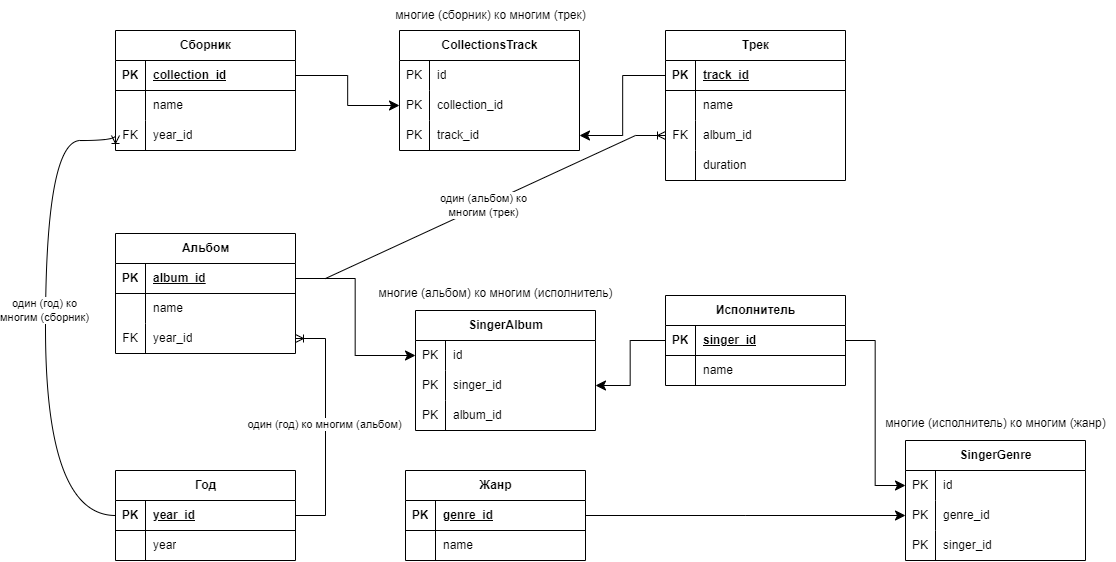
Earlier version of the draw.io export База.drawio.png (bag2000/netology-students). Source tidied: cells renumbered, new cells last; positions are measured from the earlier drawing's top-left corner, leaving out a move shared by most shapes.
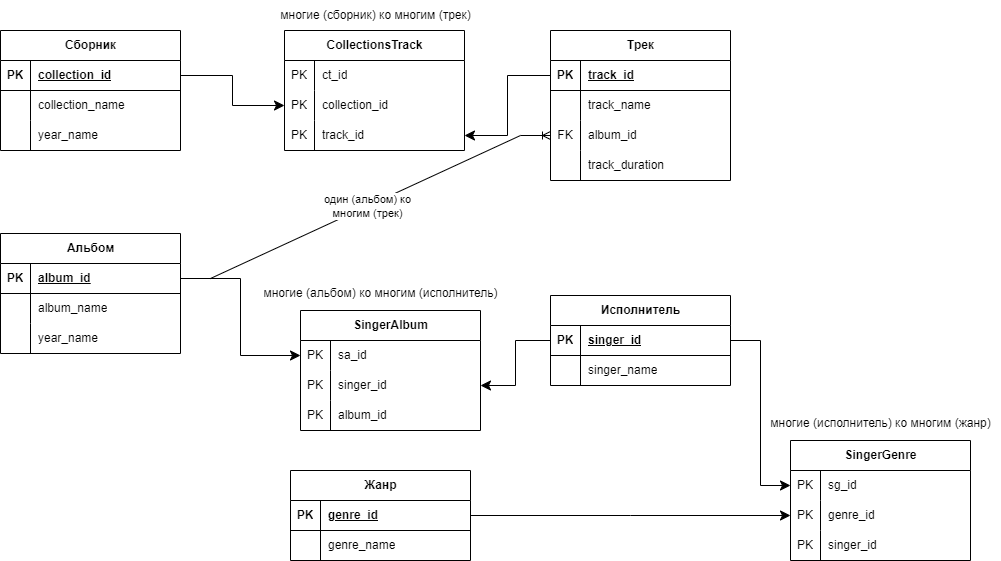
Later version of the same file.

Commit message:
Удалена таблица year. Изменена схема бд

What changed in the source:
```diff
@@ -20,7 +20,7 @@
     <mxCell id="7" style="shape=partialRectangle;fillColor=none;top=0;left=0;bottom=0;right=0;overflow=hidden;whiteSpace=wrap;html=1;" parent="6" vertex="1">
       <mxGeometry width="30" height="30" as="geometry" />
     </mxCell>
-    <mxCell id="8" value="name" style="shape=partialRectangle;fillColor=none;top=0;left=0;bottom=0;right=0;align=left;spacingLeft=6;overflow=hidden;whiteSpace=wrap;html=1;" parent="6" vertex="1">
+    <mxCell id="8" value="track_name" style="shape=partialRectangle;fillColor=none;top=0;left=0;bottom=0;right=0;align=left;spacingLeft=6;overflow=hidden;whiteSpace=wrap;html=1;" parent="6" vertex="1">
       <mxGeometry x="30" width="150" height="30" as="geometry" />
     </mxCell>
     <mxCell id="9" style="shape=tableRow;horizontal=0;startSize=0;swimlaneHead=0;swimlaneBody=0;fillColor=none;points=[[0,0.5],[1,0.5]];portConstraint=eastwest;top=0;left=0;right=0;bottom=0;" parent="2" vertex="1">
@@ -38,7 +38,7 @@
     <mxCell id="13" style="shape=partialRectangle;fillColor=none;top=0;left=0;bottom=0;right=0;overflow=hidden;whiteSpace=wrap;html=1;" parent="12" vertex="1">
       <mxGeometry width="30" height="30" as="geometry" />
     </mxCell>
-    <mxCell id="14" value="duration" style="shape=partialRectangle;fillColor=none;top=0;left=0;bottom=0;right=0;align=left;spacingLeft=6;overflow=hidden;whiteSpace=wrap;html=1;" parent="12" vertex="1">
+    <mxCell id="14" value="track_duration" style="shape=partialRectangle;fillColor=none;top=0;left=0;bottom=0;right=0;align=left;spacingLeft=6;overflow=hidden;whiteSpace=wrap;html=1;" parent="12" vertex="1">
       <mxGeometry x="30" width="150" height="30" as="geometry" />
     </mxCell>
     <mxCell id="15" value="Альбом" style="shape=table;startSize=30;rowLines=0;fontStyle=1;align=center;html=1;" parent="1" vertex="1">
@@ -59,16 +59,16 @@
     <mxCell id="20" style="shape=partialRectangle;fillColor=none;top=0;left=0;bottom=0;right=0;overflow=hidden;whiteSpace=wrap;html=1;" parent="19" vertex="1">
       <mxGeometry width="30" height="30" as="geometry" />
     </mxCell>
-    <mxCell id="21" value="name" style="shape=partialRectangle;fillColor=none;top=0;left=0;bottom=0;right=0;align=left;spacingLeft=6;overflow=hidden;whiteSpace=wrap;html=1;" parent="19" vertex="1">
+    <mxCell id="21" value="album_name" style="shape=partialRectangle;fillColor=none;top=0;left=0;bottom=0;right=0;align=left;spacingLeft=6;overflow=hidden;whiteSpace=wrap;html=1;" parent="19" vertex="1">
       <mxGeometry x="30" width="150" height="30" as="geometry" />
     </mxCell>
     <mxCell id="22" style="shape=tableRow;horizontal=0;startSize=0;swimlaneHead=0;swimlaneBody=0;fillColor=none;points=[[0,0.5],[1,0.5]];portConstraint=eastwest;top=0;left=0;right=0;bottom=0;" parent="15" vertex="1">
       <mxGeometry y="90" width="180" height="30" as="geometry" />
     </mxCell>
-    <mxCell id="23" value="FK" style="shape=partialRectangle;fillColor=none;top=0;left=0;bottom=0;right=0;overflow=hidden;whiteSpace=wrap;html=1;" parent="22" vertex="1">
+    <mxCell id="23" style="shape=partialRectangle;fillColor=none;top=0;left=0;bottom=0;right=0;overflow=hidden;whiteSpace=wrap;html=1;" parent="22" vertex="1">
       <mxGeometry width="30" height="30" as="geometry" />
     </mxCell>
-    <mxCell id="24" value="year_id" style="shape=partialRectangle;fillColor=none;top=0;left=0;bottom=0;right=0;align=left;spacingLeft=6;overflow=hidden;whiteSpace=wrap;html=1;" parent="22" vertex="1">
+    <mxCell id="24" value="year_name" style="shape=partialRectangle;fillColor=none;top=0;left=0;bottom=0;right=0;align=left;spacingLeft=6;overflow=hidden;whiteSpace=wrap;html=1;" parent="22" vertex="1">
       <mxGeometry x="30" width="150" height="30" as="geometry" />
     </mxCell>
     <mxCell id="25" value="Исполнитель" style="shape=table;startSize=30;rowLines=0;fontStyle=1;align=center;html=1;" parent="1" vertex="1">
@@ -89,30 +89,9 @@
     <mxCell id="30" style="shape=partialRectangle;fillColor=none;top=0;left=0;bottom=0;right=0;overflow=hidden;whiteSpace=wrap;html=1;" parent="29" vertex="1">
       <mxGeometry width="30" height="30" as="geometry" />
     </mxCell>
-    <mxCell id="31" value="name" style="shape=partialRectangle;fillColor=none;top=0;left=0;bottom=0;right=0;align=left;spacingLeft=6;overflow=hidden;whiteSpace=wrap;html=1;" parent="29" vertex="1">
+    <mxCell id="31" value="singer_name" style="shape=partialRectangle;fillColor=none;top=0;left=0;bottom=0;right=0;align=left;spacingLeft=6;overflow=hidden;whiteSpace=wrap;html=1;" parent="29" vertex="1">
       <mxGeometry x="30" width="150" height="30" as="geometry" />
     </mxCell>
-    <mxCell id="32" value="Год" style="shape=table;startSize=30;rowLines=0;fontStyle=1;align=center;html=1;" parent="1" vertex="1">
-      <mxGeometry x="70" y="470" width="180" height="90" as="geometry" />
-    </mxCell>
-    <mxCell id="33" style="shape=tableRow;horizontal=0;startSize=0;swimlaneHead=0;swimlaneBody=0;fillColor=none;points=[[0,0.5],[1,0.5]];portConstraint=eastwest;top=0;left=0;right=0;bottom=1;" parent="32" vertex="1">
-      <mxGeometry y="30" width="180" height="30" as="geometry" />
-    </mxCell>
-    <mxCell id="34" value="PK" style="shape=partialRectangle;fillColor=none;top=0;left=0;bottom=0;right=0;fontStyle=1;overflow=hidden;whiteSpace=wrap;html=1;" parent="33" vertex="1">
-      <mxGeometry width="30" height="30" as="geometry" />
-    </mxCell>
-    <mxCell id="35" value="year_id" style="shape=partialRectangle;fillColor=none;top=0;left=0;bottom=0;right=0;align=left;spacingLeft=6;fontStyle=5;overflow=hidden;whiteSpace=wrap;html=1;" parent="33" vertex="1">
-      <mxGeometry x="30" width="150" height="30" as="geometry" />
-    </mxCell>
-    <mxCell id="36" style="shape=tableRow;horizontal=0;startSize=0;swimlaneHead=0;swimlaneBody=0;fillColor=none;top=0;left=0;right=0;bottom=0;" parent="32" vertex="1">
-      <mxGeometry y="60" width="180" height="30" as="geometry" />
-    </mxCell>
-    <mxCell id="37" style="shape=partialRectangle;fillColor=none;top=0;left=0;bottom=0;right=0;overflow=hidden;whiteSpace=wrap;html=1;" parent="36" vertex="1">
-      <mxGeometry width="30" height="30" as="geometry" />
-    </mxCell>
-    <mxCell id="38" value="year" style="shape=partialRectangle;fillColor=none;top=0;left=0;bottom=0;right=0;align=left;spacingLeft=6;overflow=hidden;whiteSpace=wrap;html=1;" parent="36" vertex="1">
-      <mxGeometry x="30" width="150" height="30" as="geometry" />
-    </mxCell>
     <mxCell id="39" value="Жанр" style="shape=table;startSize=30;rowLines=0;fontStyle=1;align=center;html=1;" parent="1" vertex="1">
       <mxGeometry x="360" y="470" width="180" height="90" as="geometry" />
     </mxCell>
@@ -131,7 +110,7 @@
     <mxCell id="44" style="shape=partialRectangle;fillColor=none;top=0;left=0;bottom=0;right=0;overflow=hidden;whiteSpace=wrap;html=1;" parent="43" vertex="1">
       <mxGeometry width="30" height="30" as="geometry" />
     </mxCell>
-    <mxCell id="45" value="name" style="shape=partialRectangle;fillColor=none;top=0;left=0;bottom=0;right=0;align=left;spacingLeft=6;overflow=hidden;whiteSpace=wrap;html=1;" parent="43" vertex="1">
+    <mxCell id="45" value="genre_name" style="shape=partialRectangle;fillColor=none;top=0;left=0;bottom=0;right=0;align=left;spacingLeft=6;overflow=hidden;whiteSpace=wrap;html=1;" parent="43" vertex="1">
       <mxGeometry x="30" width="150" height="30" as="geometry" />
     </mxCell>
     <mxCell id="46" style="edgeStyle=entityRelationEdgeStyle;fontSize=12;html=1;endArrow=ERoneToMany;rounded=0;" parent="1" edge="1" source="16" target="9">
@@ -142,12 +121,6 @@
         <mxPoint x="1" as="offset" />
       </mxGeometry>
     </mxCell>
-    <mxCell id="48" style="edgeStyle=entityRelationEdgeStyle;fontSize=12;html=1;endArrow=ERoneToMany;rounded=0;" parent="1" edge="1" source="33" target="22">
-      <mxGeometry relative="1" as="geometry" />
-    </mxCell>
-    <mxCell id="49" value="один (год) ко многим&amp;nbsp;(альбом)" style="edgeLabel;html=1;align=center;verticalAlign=middle;" parent="48" vertex="1">
-      <mxGeometry x="0.02" y="1" relative="1" as="geometry" />
-    </mxCell>
     <mxCell id="50" value="Сборник" style="shape=table;startSize=30;rowLines=0;fontStyle=1;align=center;html=1;" parent="1" vertex="1">
       <mxGeometry x="70" y="30" width="180" height="120" as="geometry" />
     </mxCell>
@@ -166,29 +139,18 @@
     <mxCell id="55" style="shape=partialRectangle;fillColor=none;top=0;left=0;bottom=0;right=0;overflow=hidden;whiteSpace=wrap;html=1;" parent="54" vertex="1">
       <mxGeometry width="30" height="30" as="geometry" />
     </mxCell>
-    <mxCell id="56" value="name" style="shape=partialRectangle;fillColor=none;top=0;left=0;bottom=0;right=0;align=left;spacingLeft=6;overflow=hidden;whiteSpace=wrap;html=1;" parent="54" vertex="1">
+    <mxCell id="56" value="collection_name" style="shape=partialRectangle;fillColor=none;top=0;left=0;bottom=0;right=0;align=left;spacingLeft=6;overflow=hidden;whiteSpace=wrap;html=1;" parent="54" vertex="1">
       <mxGeometry x="30" width="150" height="30" as="geometry" />
     </mxCell>
     <mxCell id="57" style="shape=tableRow;horizontal=0;startSize=0;swimlaneHead=0;swimlaneBody=0;fillColor=none;points=[[0,0.5],[1,0.5]];portConstraint=eastwest;top=0;left=0;right=0;bottom=0;" parent="50" vertex="1">
       <mxGeometry y="90" width="180" height="30" as="geometry" />
     </mxCell>
-    <mxCell id="58" value="FK" style="shape=partialRectangle;fillColor=none;top=0;left=0;bottom=0;right=0;overflow=hidden;whiteSpace=wrap;html=1;" parent="57" vertex="1">
+    <mxCell id="58" style="shape=partialRectangle;fillColor=none;top=0;left=0;bottom=0;right=0;overflow=hidden;whiteSpace=wrap;html=1;" parent="57" vertex="1">
       <mxGeometry width="30" height="30" as="geometry" />
     </mxCell>
-    <mxCell id="59" value="year_id" style="shape=partialRectangle;fillColor=none;top=0;left=0;bottom=0;right=0;align=left;spacingLeft=6;overflow=hidden;whiteSpace=wrap;html=1;" parent="57" vertex="1">
+    <mxCell id="59" value="year_name" style="shape=partialRectangle;fillColor=none;top=0;left=0;bottom=0;right=0;align=left;spacingLeft=6;overflow=hidden;whiteSpace=wrap;html=1;" parent="57" vertex="1">
       <mxGeometry x="30" width="150" height="30" as="geometry" />
     </mxCell>
-    <mxCell id="60" style="edgeStyle=orthogonalEdgeStyle;fontSize=12;html=1;endArrow=ERoneToMany;rounded=0;exitX=0;exitY=0.5;exitDx=0;exitDy=0;entryX=0;entryY=0.5;entryDx=0;entryDy=0;curved=1;" parent="1" edge="1" source="33" target="57">
-      <mxGeometry relative="1" as="geometry">
-        <Array as="points">
-          <mxPoint y="515" />
-          <mxPoint y="140" />
-        </Array>
-      </mxGeometry>
-    </mxCell>
-    <mxCell id="61" value="один (год) ко &lt;br&gt;многим (сборник)" style="edgeLabel;html=1;align=center;verticalAlign=middle;" parent="60" vertex="1">
-      <mxGeometry x="0.06" y="1" relative="1" as="geometry" />
-    </mxCell>
     <mxCell id="62" value="CollectionsTrack" style="shape=table;startSize=30;rowLines=0;fontStyle=1;align=center;html=1;" parent="1" vertex="1">
       <mxGeometry x="354" y="30" width="180" height="120" as="geometry" />
     </mxCell>
@@ -198,7 +160,7 @@
     <mxCell id="64" value="PK" style="shape=partialRectangle;fillColor=none;top=0;left=0;bottom=0;right=0;overflow=hidden;whiteSpace=wrap;html=1;" parent="63" vertex="1">
       <mxGeometry width="30" height="30" as="geometry" />
     </mxCell>
-    <mxCell id="65" value="id" style="shape=partialRectangle;fillColor=none;top=0;left=0;bottom=0;right=0;align=left;spacingLeft=6;overflow=hidden;whiteSpace=wrap;html=1;" parent="63" vertex="1">
+    <mxCell id="65" value="ct_id" style="shape=partialRectangle;fillColor=none;top=0;left=0;bottom=0;right=0;align=left;spacingLeft=6;overflow=hidden;whiteSpace=wrap;html=1;" parent="63" vertex="1">
       <mxGeometry x="30" width="150" height="30" as="geometry" />
     </mxCell>
     <mxCell id="66" style="shape=tableRow;horizontal=0;startSize=0;swimlaneHead=0;swimlaneBody=0;fillColor=none;points=[[0,0.5],[1,0.5]];portConstraint=eastwest;top=0;left=0;right=0;bottom=0;" parent="62" vertex="1">
@@ -231,7 +193,7 @@
     <mxCell id="75" value="PK" style="shape=partialRectangle;fillColor=none;top=0;left=0;bottom=0;right=0;overflow=hidden;whiteSpace=wrap;html=1;" parent="74" vertex="1">
       <mxGeometry width="30" height="30" as="geometry" />
     </mxCell>
-    <mxCell id="76" value="id" style="shape=partialRectangle;fillColor=none;top=0;left=0;bottom=0;right=0;align=left;spacingLeft=6;overflow=hidden;whiteSpace=wrap;html=1;" parent="74" vertex="1">
+    <mxCell id="76" value="sa_id" style="shape=partialRectangle;fillColor=none;top=0;left=0;bottom=0;right=0;align=left;spacingLeft=6;overflow=hidden;whiteSpace=wrap;html=1;" parent="74" vertex="1">
       <mxGeometry x="30" width="150" height="30" as="geometry" />
     </mxCell>
     <mxCell id="77" style="shape=tableRow;horizontal=0;startSize=0;swimlaneHead=0;swimlaneBody=0;fillColor=none;points=[[0,0.5],[1,0.5]];portConstraint=eastwest;top=0;left=0;right=0;bottom=0;" parent="73" vertex="1">
@@ -276,7 +238,7 @@
     <mxCell id="90" value="PK" style="shape=partialRectangle;fillColor=none;top=0;left=0;bottom=0;right=0;overflow=hidden;whiteSpace=wrap;html=1;" parent="89" vertex="1">
       <mxGeometry width="30" height="30" as="geometry" />
     </mxCell>
-    <mxCell id="91" value="id" style="shape=partialRectangle;fillColor=none;top=0;left=0;bottom=0;right=0;align=left;spacingLeft=6;overflow=hidden;whiteSpace=wrap;html=1;" parent="89" vertex="1">
+    <mxCell id="91" value="sg_id" style="shape=partialRectangle;fillColor=none;top=0;left=0;bottom=0;right=0;align=left;spacingLeft=6;overflow=hidden;whiteSpace=wrap;html=1;" parent="89" vertex="1">
       <mxGeometry x="30" width="150" height="30" as="geometry" />
     </mxCell>
     <mxCell id="92" style="shape=tableRow;horizontal=0;startSize=0;swimlaneHead=0;swimlaneBody=0;fillColor=none;points=[[0,0.5],[1,0.5]];portConstraint=eastwest;top=0;left=0;right=0;bottom=0;" parent="88" vertex="1">
```
